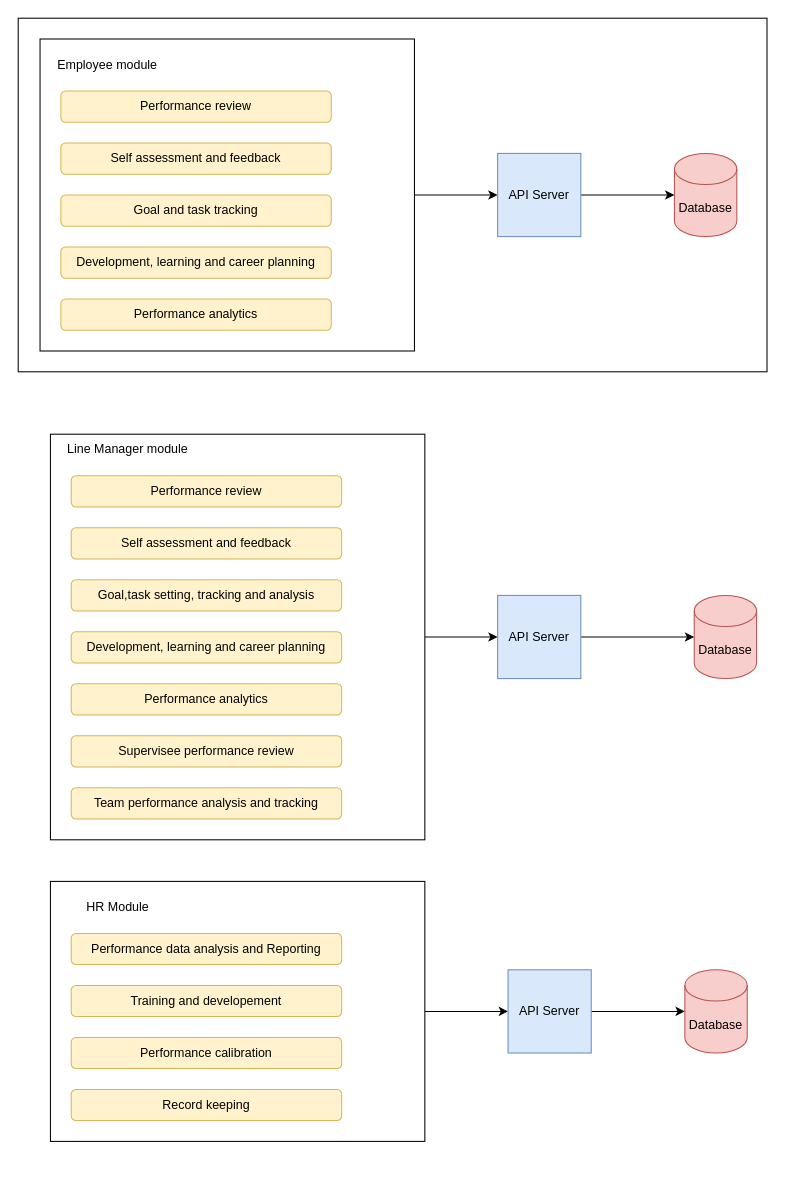
This is PMS employee module.drawio from JohnMugambi/Files, a draw.io file, before an edit. Source tidied: cells renumbered, new cells numbered last; positions are measured from the earlier drawing's top-left corner, leaving out a move shared by most shapes. Both pictures are drawn from the tidied source at 104%, with x=0, y=0 at pixel (18, 18).
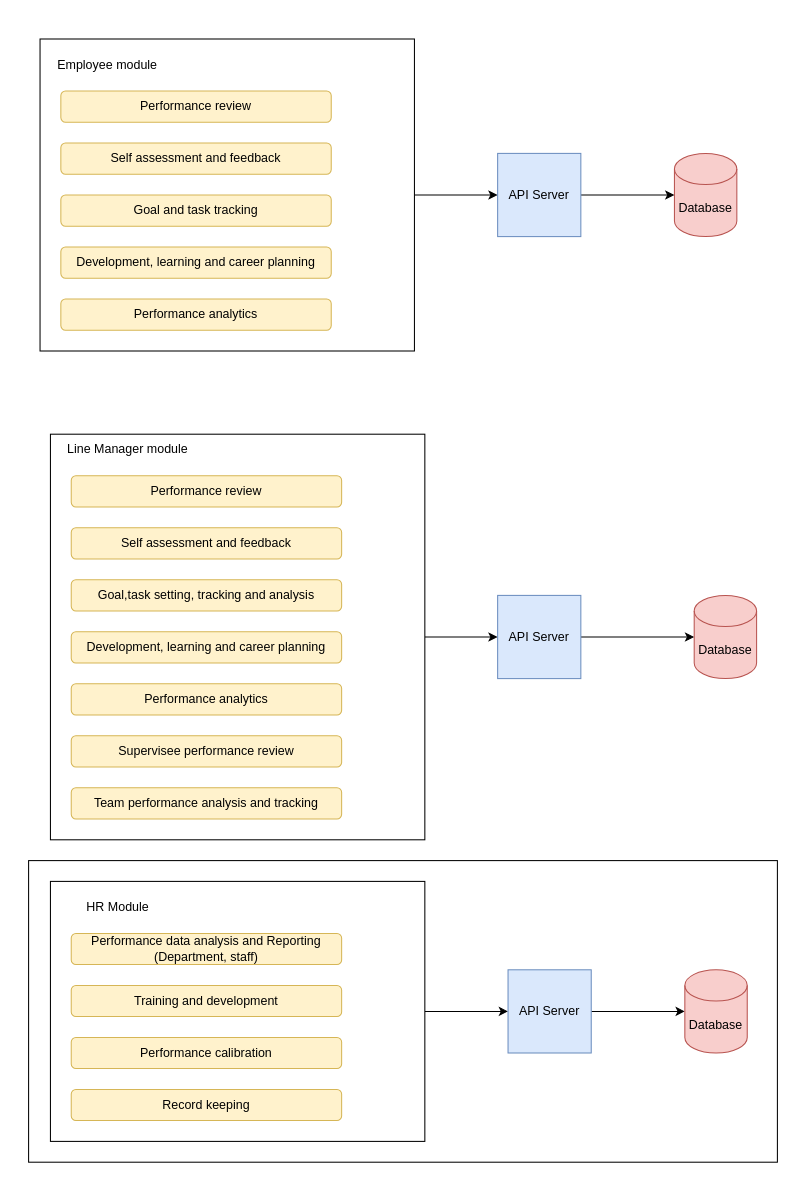
The same diagram, later.

What changed in the source:
```diff
@@
     <mxCell id="2" style="rounded=0;whiteSpace=wrap;html=1;" parent="1" vertex="1">
-      <mxGeometry width="720" height="340" as="geometry" />
+      <mxGeometry x="10" y="810" width="720" height="290" as="geometry" />
     </mxCell>
@@
-    <mxCell id="30" value="Performance data analysis and Reporting" style="rounded=1;whiteSpace=wrap;html=1;fillColor=#fff2cc;strokeColor=#d6b656;" parent="1" vertex="1">
+    <mxCell id="30" value="Performance data analysis and Reporting (Department, staff)" style="rounded=1;whiteSpace=wrap;html=1;fillColor=#fff2cc;strokeColor=#d6b656;" parent="1" vertex="1">
       <mxGeometry x="51" y="880" width="260" height="30" as="geometry" />
     </mxCell>
-    <mxCell id="31" value="Training and developement" style="rounded=1;whiteSpace=wrap;html=1;fillColor=#fff2cc;strokeColor=#d6b656;" parent="1" vertex="1">
+    <mxCell id="31" value="Training and development" style="rounded=1;whiteSpace=wrap;html=1;fillColor=#fff2cc;strokeColor=#d6b656;" parent="1" vertex="1">
       <mxGeometry x="51" y="930" width="260" height="30" as="geometry" />
     </mxCell>
```
